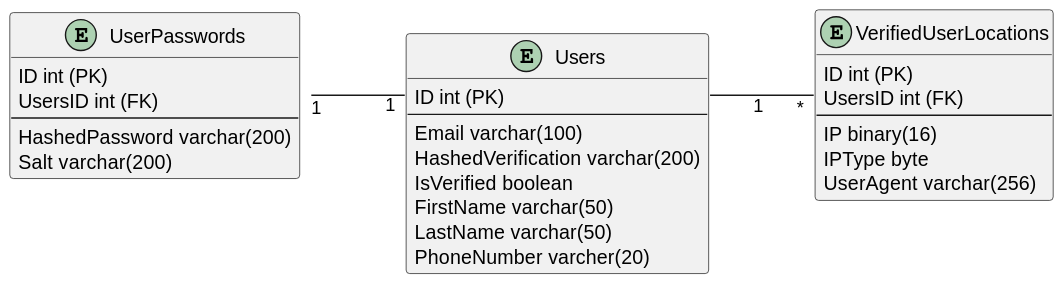
The PlantUML diagram Docs/out/ERD/Login-ERD/ERD.svg in blackout1471/trust-us-school, before a commit.
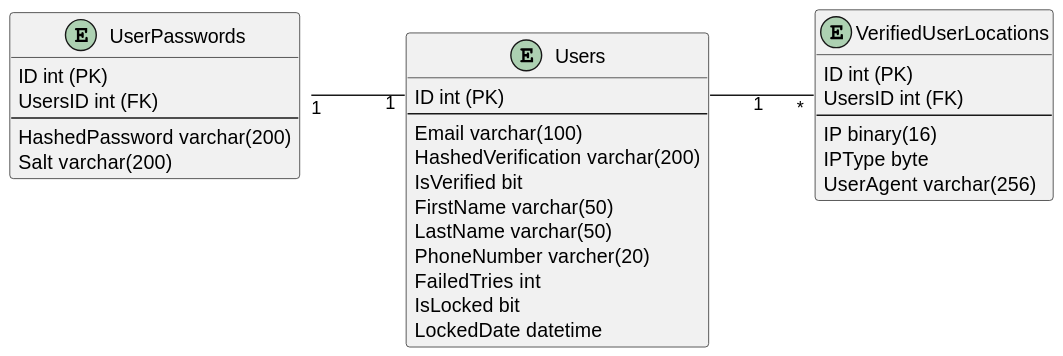
Later version of the same file.

Commit message:
Added class diagrams

Change to the diagram source:
```diff
@@ -14,10 +14,13 @@
     --
     Email varchar(100)
     HashedVerification varchar(200)
-    IsVerified boolean
+    IsVerified bit
     FirstName varchar(50)
     LastName varchar(50)
     PhoneNumber varcher(20)
+    FailedTries int
+    IsLocked bit
+    LockedDate datetime
 }
 entity "VerifiedUserLocations" as vul {
     ID int (PK)
```
